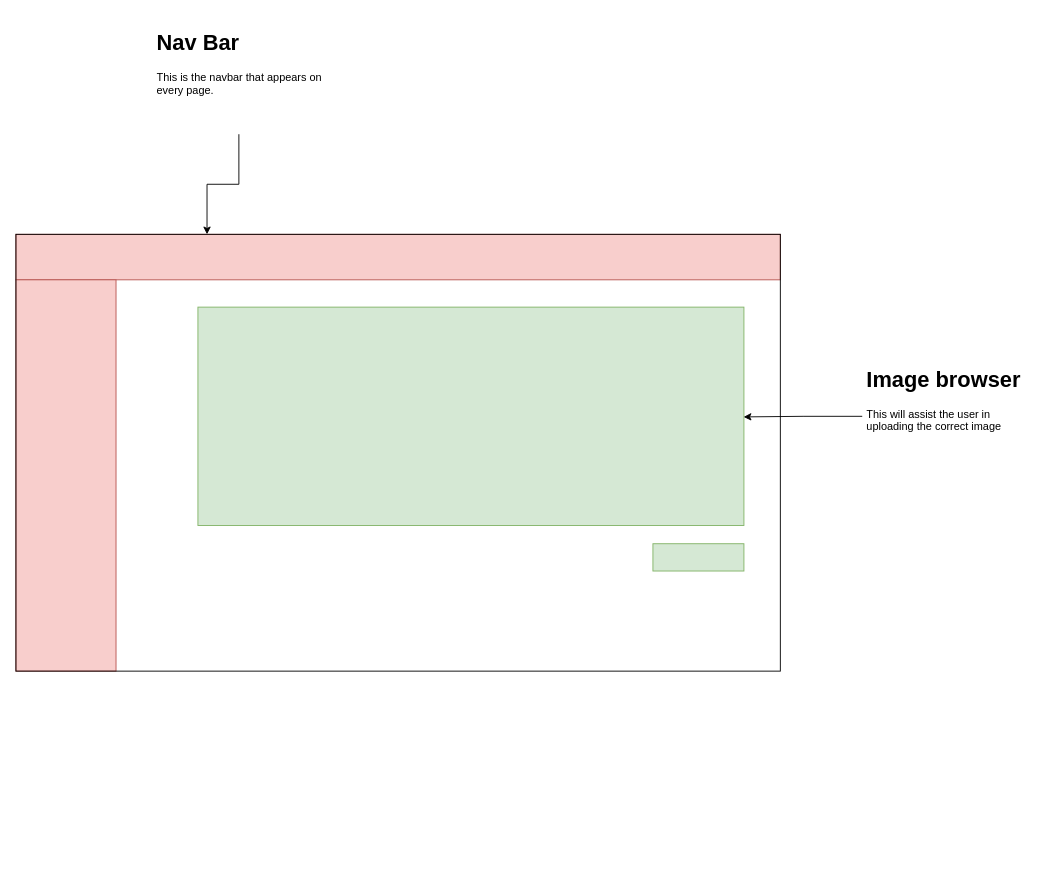
Earlier version of the draw.io diagram wireframe/Untitled Diagram.drawio (ChicoState/sound-space). Source tidied: cells renumbered, new cells numbered last; positions are measured from the earlier drawing's top-left corner, leaving out a move shared by most shapes. Both pictures are drawn from the tidied source at 91%, with x=0, y=0 at pixel (15, 25).
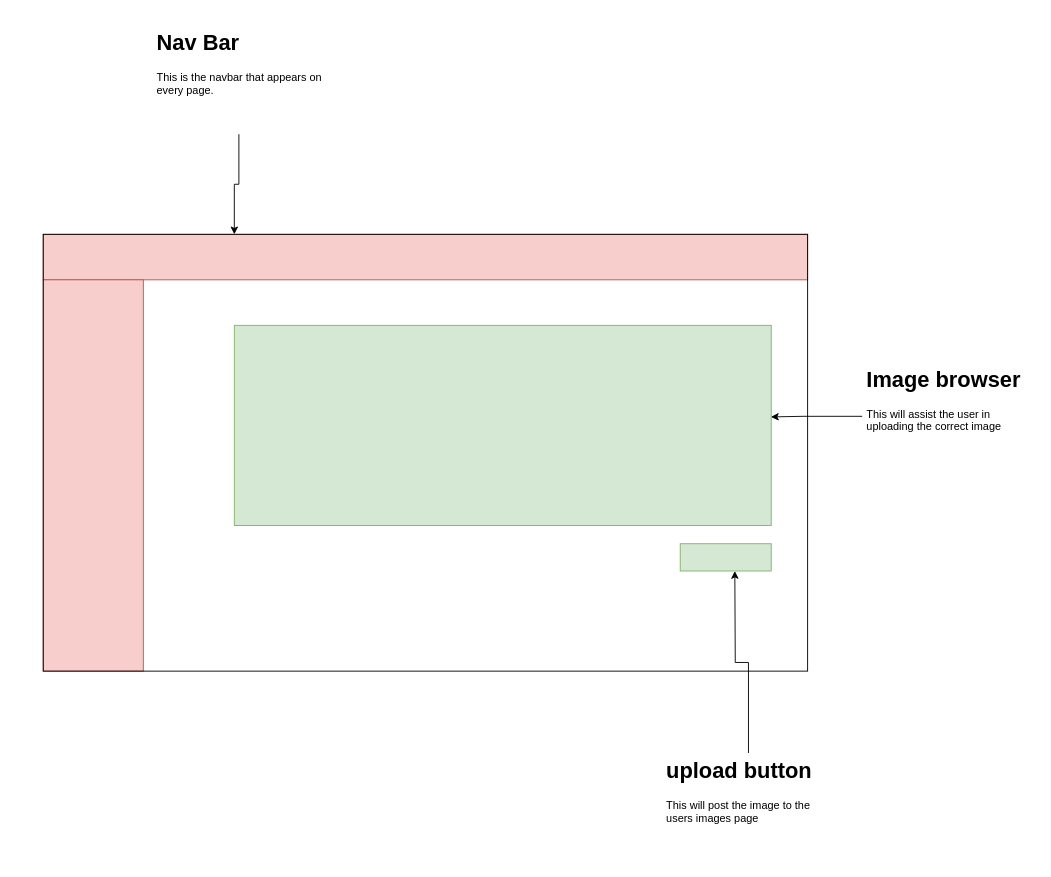
Above is the later version.

The edit, as a diff of the source:
```diff
@@
 <mxGraphModel>
   <root>
     <mxCell id="0" />
     <mxCell id="1" parent="0" />
-    <mxCell id="2" style="rounded=0;whiteSpace=wrap;html=1;fillColor=#d5e8d4;strokeColor=#82b366;" parent="1" vertex="1">
-      <mxGeometry x="200" y="310" width="600" height="240" as="geometry" />
-    </mxCell>
     <mxCell id="3" style="group;" parent="1" vertex="1">
-      <mxGeometry y="230" width="840" height="480" as="geometry" />
+      <mxGeometry x="30" y="230" width="840" height="480" as="geometry" />
     </mxCell>
     <mxCell id="4" style="rounded=0;whiteSpace=wrap;html=1;fillColor=#f8cecc;strokeColor=#b85450;" parent="3" vertex="1">
       <mxGeometry width="840" height="50" as="geometry" />
     </mxCell>
     <mxCell id="5" style="rounded=0;whiteSpace=wrap;html=1;fillColor=#f8cecc;strokeColor=#b85450;" parent="3" vertex="1">
       <mxGeometry y="50" width="110" height="430" as="geometry" />
     </mxCell>
     <mxCell id="6" style="rounded=0;whiteSpace=wrap;html=1;fillColor=none;" parent="3" vertex="1">
       <mxGeometry width="840" height="480" as="geometry" />
     </mxCell>
+    <mxCell id="12" style="group;" parent="3" vertex="1">
+      <mxGeometry x="210" y="100" width="590" height="270" as="geometry" />
+    </mxCell>
-    <mxCell id="7" style="rounded=0;whiteSpace=wrap;html=1;fillColor=#d5e8d4;strokeColor=#82b366;" parent="3" vertex="1">
-      <mxGeometry x="700" y="340" width="100" height="30" as="geometry" />
+    <mxCell id="7" style="rounded=0;whiteSpace=wrap;html=1;fillColor=#d5e8d4;strokeColor=#82b366;" parent="12" vertex="1">
+      <mxGeometry x="490" y="240" width="100" height="30" as="geometry" />
     </mxCell>
+    <mxCell id="13" style="whiteSpace=wrap;html=1;fillColor=#d5e8d4;strokeColor=#82b366;" parent="12" vertex="1">
+      <mxGeometry width="590" height="220" as="geometry" />
+    </mxCell>
     <mxCell id="8" style="edgeStyle=orthogonalEdgeStyle;rounded=0;jettySize=auto;html=1;exitX=0.5;exitY=1;exitDx=0;exitDy=0;entryX=0.25;entryY=0;entryDx=0;entryDy=0;" parent="1" edge="1" source="9" target="6">
       <mxGeometry relative="1" as="geometry" />
     </mxCell>
     <mxCell id="9" value="&lt;h1&gt;Nav Bar&lt;/h1&gt;&lt;div&gt;This is the navbar that appears on every page.&lt;/div&gt;" style="text;html=1;strokeColor=none;fillColor=none;spacing=5;spacingTop=-20;whiteSpace=wrap;overflow=hidden;rounded=0;" parent="1" vertex="1">
       <mxGeometry x="150" width="190" height="120" as="geometry" />
     </mxCell>
     <mxCell id="10" style="edgeStyle=orthogonalEdgeStyle;rounded=0;jettySize=auto;html=1;exitX=0;exitY=0.5;exitDx=0;exitDy=0;entryX=0.952;entryY=0.418;entryDx=0;entryDy=0;entryPerimeter=0;" parent="1" edge="1" source="11" target="6">
       <mxGeometry relative="1" as="geometry">
         <Array as="points">
           <mxPoint x="865" y="431" />
         </Array>
       </mxGeometry>
     </mxCell>
     <mxCell id="11" value="&lt;h1&gt;Image browser&lt;/h1&gt;&lt;div&gt;This will assist the user in uploading the correct image&lt;/div&gt;" style="text;html=1;strokeColor=none;fillColor=none;spacing=5;spacingTop=-20;whiteSpace=wrap;overflow=hidden;rounded=0;" parent="1" vertex="1">
       <mxGeometry x="930" y="370" width="190" height="120" as="geometry" />
     </mxCell>
+    <mxCell id="14" parent="0" />
+    <mxCell id="15" style="edgeStyle=orthogonalEdgeStyle;rounded=0;jettySize=auto;html=1;exitX=0.5;exitY=0;exitDx=0;exitDy=0;" parent="14" edge="1" source="16">
+      <mxGeometry relative="1" as="geometry">
+        <mxPoint x="790" y="600" as="targetPoint" />
+      </mxGeometry>
+    </mxCell>
+    <mxCell id="16" value="&lt;h1&gt;upload button&lt;/h1&gt;&lt;div&gt;This will post the image to the users images page&lt;/div&gt;" style="text;html=1;strokeColor=none;fillColor=none;spacing=5;spacingTop=-20;whiteSpace=wrap;overflow=hidden;rounded=0;" parent="14" vertex="1">
+      <mxGeometry x="710" y="800" width="190" height="120" as="geometry" />
+    </mxCell>
   </root>
 </mxGraphModel>
```
